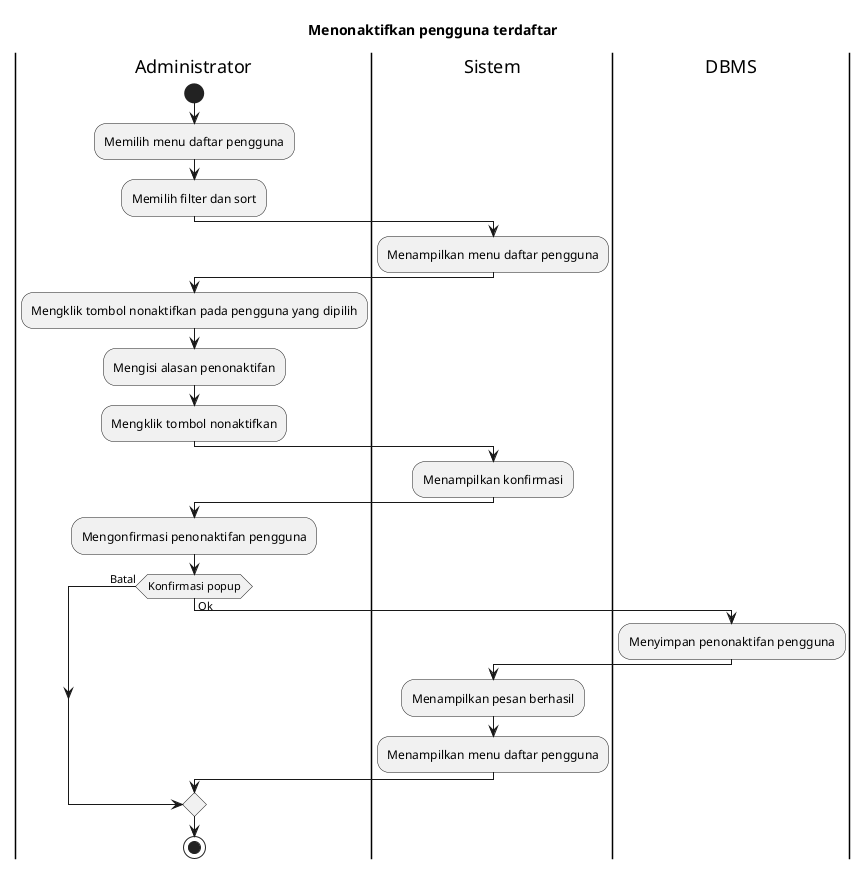
Earlier version of the PlantUML export export/Activity Diagrams/UC-MGUSER - Manajemen Pengguna/UC-MGUSER-002 - Menonaktifkan pengguna terdaftar.png (bagusNA/appl-diagrams). Its diagram source:
```plantuml
@startuml
title Menonaktifkan pengguna terdaftar

|Administrator|
start
:Memilih menu daftar pengguna;
:Memilih filter dan sort;

|Sistem|
:Menampilkan menu daftar pengguna;

|Administrator|
:Mengklik tombol nonaktifkan pada pengguna yang dipilih;
:Mengisi alasan penonaktifan;
:Mengklik tombol nonaktifkan;

|Sistem|
:Menampilkan konfirmasi;

|Administrator|
:Mengonfirmasi penonaktifan pengguna;

if (Konfirmasi popup) then (Batal)
else (Ok)
  |DBMS|
  :Menyimpan penonaktifan pengguna;

  |Sistem|
  :Menampilkan pesan berhasil;
  :Menampilkan menu daftar pengguna;
endif

|Administrator|
stop
@enduml
```
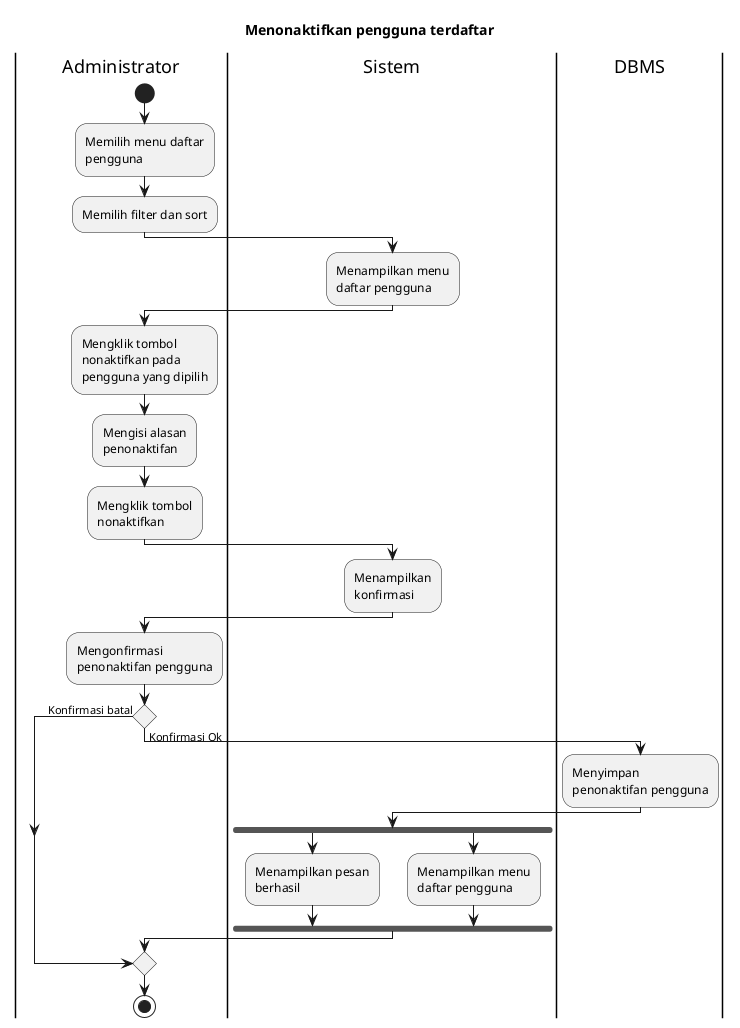
After the commit.

The edit, as a diff of the source:
```diff
@@ -1,4 +1,6 @@
 @startuml
+skinparam wrapWidth 140
+
 title Menonaktifkan pengguna terdaftar
 
 |Administrator|
@@ -20,14 +22,17 @@
 |Administrator|
 :Mengonfirmasi penonaktifan pengguna;
 
-if (Konfirmasi popup) then (Batal)
-else (Ok)
+if () then (Konfirmasi batal)
+else (Konfirmasi Ok)
   |DBMS|
   :Menyimpan penonaktifan pengguna;
 
   |Sistem|
-  :Menampilkan pesan berhasil;
-  :Menampilkan menu daftar pengguna;
+  fork
+    :Menampilkan pesan berhasil;
+  fork again
+    :Menampilkan menu daftar pengguna;
+  endfork
 endif
 
 |Administrator|
```
